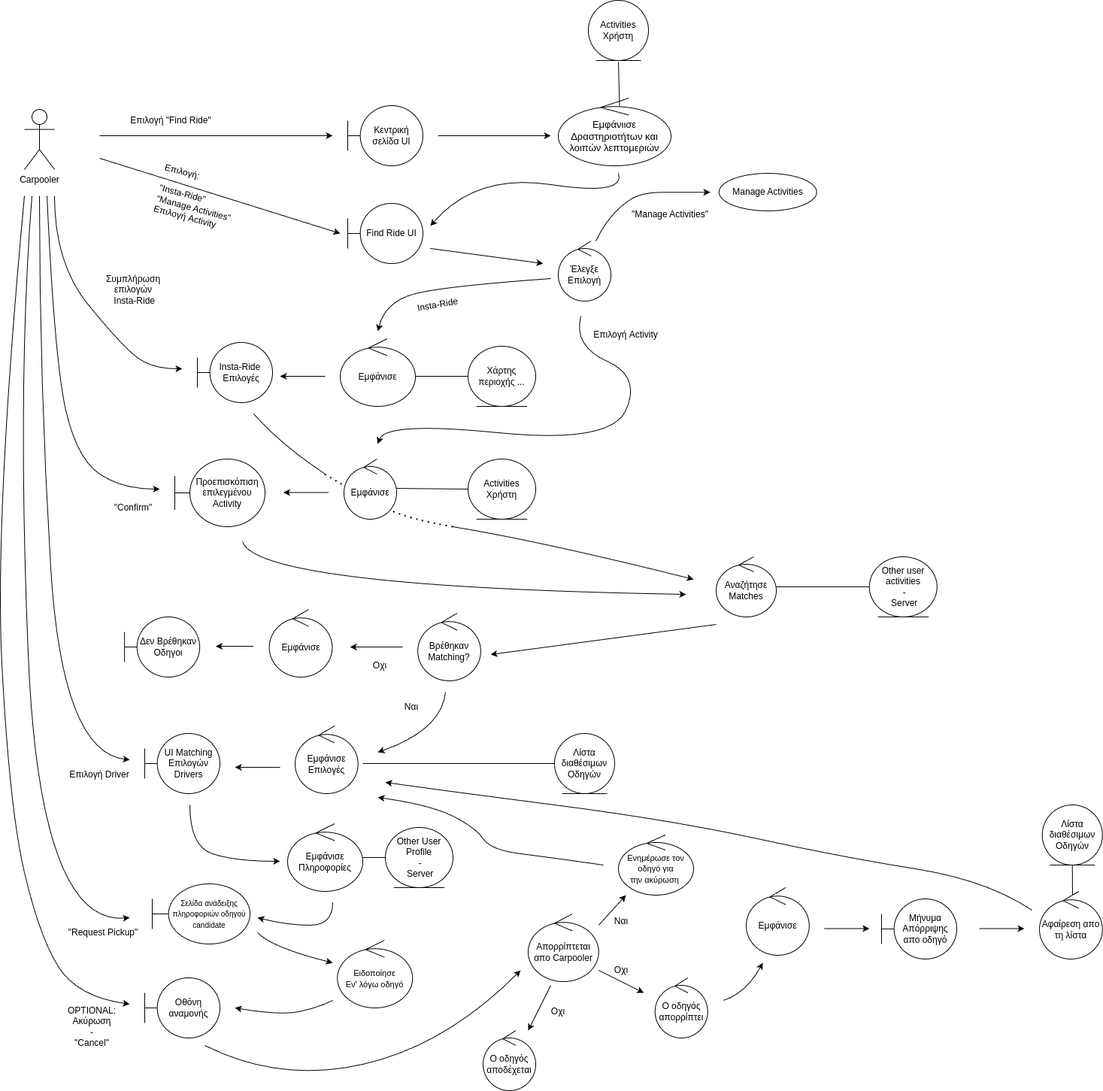
YannisRavasopoulos/ProjectSD_S6 keeps this draw.io diagram as reports/images/robustness/FindRide.drawio.png. Above is the earlier version. Source tidied: cells renumbered, new cells last; positions are measured from the earlier drawing's top-left corner, leaving out a move shared by most shapes.
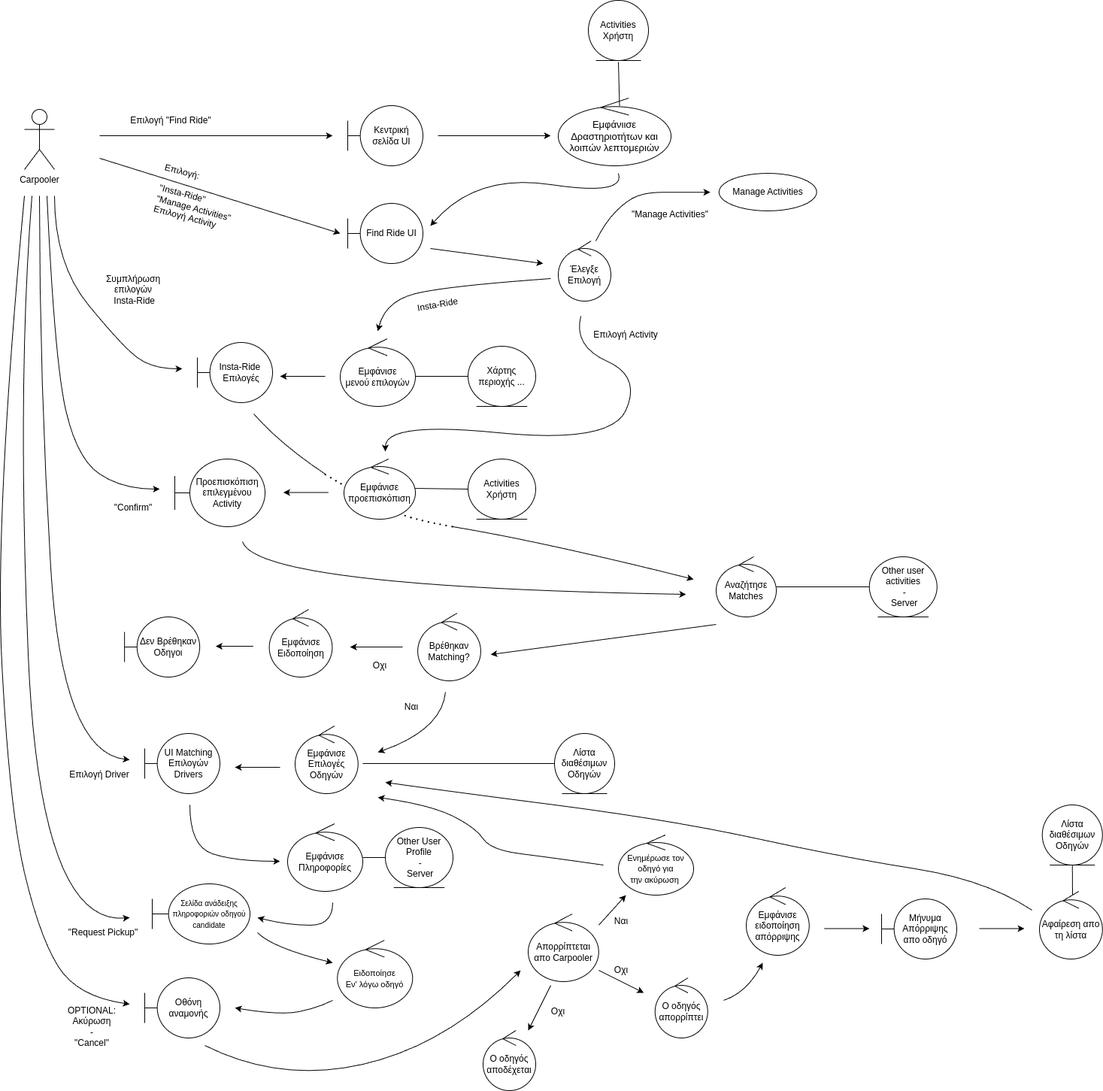
The same diagram one commit later.

Commit message:
Slightly modified controllers on FindRide

Diff of the diagram source:
```diff
@@ -79,7 +79,7 @@
     <mxCell id="17" value="Insta-Ride" style="text;html=1;align=center;verticalAlign=middle;whiteSpace=wrap;rounded=0;rotation=-10;" parent="1" vertex="1">
       <mxGeometry x="560" y="390" width="60" height="30" as="geometry" />
     </mxCell>
-    <mxCell id="18" value="Εμφάνισε" style="ellipse;shape=umlControl;whiteSpace=wrap;html=1;" parent="1" vertex="1">
+    <mxCell id="18" value="Εμφάνισε&lt;br&gt;μενού επιλογών" style="ellipse;shape=umlControl;whiteSpace=wrap;html=1;" parent="1" vertex="1">
       <mxGeometry x="460" y="450" width="100" height="90" as="geometry" />
     </mxCell>
     <mxCell id="19" value="Χάρτης περιοχής ..." style="ellipse;shape=umlEntity;whiteSpace=wrap;html=1;" parent="1" vertex="1">
@@ -163,10 +163,10 @@
         </Array>
       </mxGeometry>
     </mxCell>
-    <mxCell id="35" value="Εμφάνισε" style="ellipse;shape=umlControl;whiteSpace=wrap;html=1;" parent="1" vertex="1">
+    <mxCell id="35" value="Εμφάνισε&lt;br&gt;Ειδοποίηση" style="ellipse;shape=umlControl;whiteSpace=wrap;html=1;" parent="1" vertex="1">
       <mxGeometry x="365.6" y="810" width="83.8" height="90" as="geometry" />
     </mxCell>
-    <mxCell id="36" value="&lt;div&gt;Εμφάνισε Επιλογές&lt;/div&gt;" style="ellipse;shape=umlControl;whiteSpace=wrap;html=1;" parent="1" vertex="1">
+    <mxCell id="36" value="&lt;div&gt;Εμφάνισε Επιλογές&lt;br&gt;Οδηγών&lt;/div&gt;" style="ellipse;shape=umlControl;whiteSpace=wrap;html=1;" parent="1" vertex="1">
       <mxGeometry x="400" y="965" width="83.8" height="90" as="geometry" />
     </mxCell>
     <mxCell id="37" style="endArrow=classic;html=1;rounded=0;" parent="1" edge="1">
@@ -346,7 +346,7 @@
     <mxCell id="69" style="endArrow=classic;html=1;rounded=0;curved=1;" parent="1" edge="1">
       <mxGeometry relative="1" as="geometry">
         <mxPoint x="780" y="420" as="sourcePoint" />
-        <mxPoint x="510" y="590" as="targetPoint" />
+        <mxPoint x="520" y="600" as="targetPoint" />
         <Array as="points">
           <mxPoint x="770" y="460" />
           <mxPoint x="860" y="500" />
@@ -418,8 +418,8 @@
         </Array>
       </mxGeometry>
     </mxCell>
-    <mxCell id="81" value="Εμφάνισε" style="ellipse;shape=umlControl;whiteSpace=wrap;html=1;" parent="1" vertex="1">
-      <mxGeometry x="465" y="610" width="70" height="80" as="geometry" />
+    <mxCell id="81" value="Εμφάνισε&lt;br&gt;προεπισκόπιση" style="ellipse;shape=umlControl;whiteSpace=wrap;html=1;" parent="1" vertex="1">
+      <mxGeometry x="465" y="610" width="95" height="80" as="geometry" />
     </mxCell>
     <mxCell id="82" style="endArrow=classic;html=1;rounded=0;" parent="1" edge="1">
       <mxGeometry relative="1" as="geometry">
@@ -436,7 +436,7 @@
         </Array>
       </mxGeometry>
     </mxCell>
-    <mxCell id="84" value="Εμφάνισε" style="ellipse;shape=umlControl;whiteSpace=wrap;html=1;" parent="1" vertex="1">
+    <mxCell id="84" value="Εμφάνισε&lt;br&gt;ειδοποίηση&lt;br&gt;απόρριψης" style="ellipse;shape=umlControl;whiteSpace=wrap;html=1;" parent="1" vertex="1">
       <mxGeometry x="1000" y="1180" width="83.8" height="90" as="geometry" />
     </mxCell>
     <mxCell id="85" value="Μήνυμα Απόρριψης απο οδηγό" style="shape=umlBoundary;whiteSpace=wrap;html=1;" parent="1" vertex="1">
```
